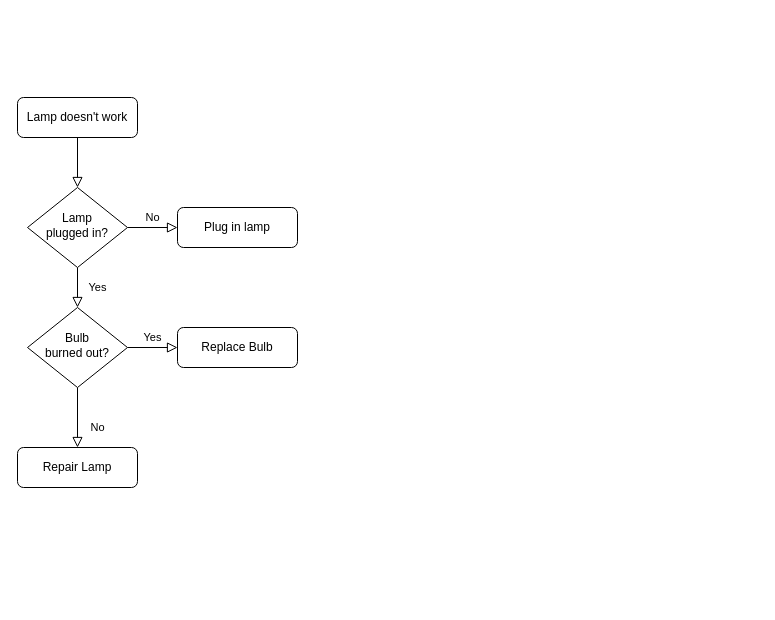
lsclone/StrayBirds keeps this draw.io diagram as 未命名绘图.drawio. Above is the earlier version. Source tidied: cells renumbered, new cells numbered last; positions are measured from the earlier drawing's top-left corner, leaving out a move shared by most shapes. Both pictures are drawn from the tidied source at 100%, with x=0, y=0 at pixel (17, 97).
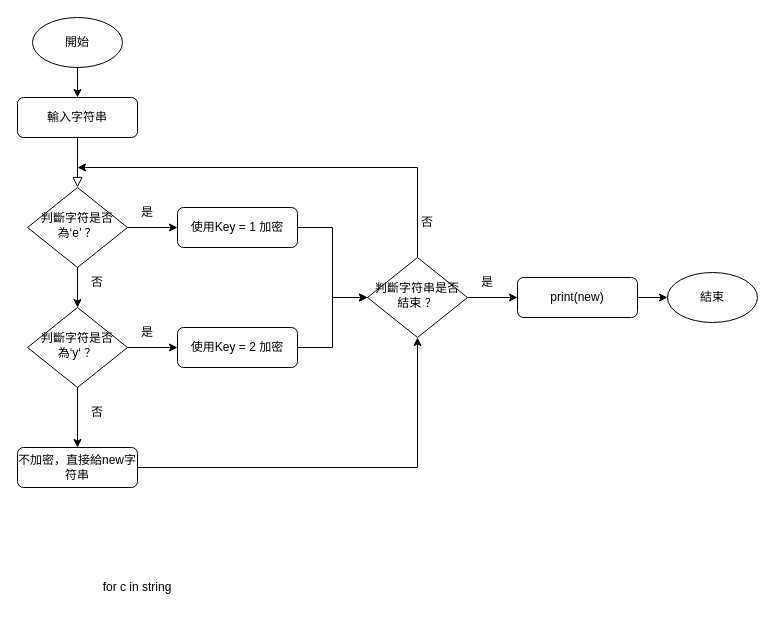
Above is the later version.

Commit message:
更新未命名绘图.drawio

Diff of the diagram source:
```diff
@@
-    <mxCell id="3" value="Lamp doesn't work" style="rounded=1;whiteSpace=wrap;html=1;fontSize=12;glass=0;strokeWidth=1;shadow=0;" parent="1" vertex="1">
+    <mxCell id="3" value="輸入字符串" style="rounded=1;whiteSpace=wrap;html=1;fontSize=12;glass=0;strokeWidth=1;shadow=0;" parent="1" vertex="1">
       <mxGeometry width="120" height="40" as="geometry" />
     </mxCell>
+    <mxCell id="5" style="edgeStyle=orthogonalEdgeStyle;rounded=0;jettySize=auto;html=1;exitX=1;exitY=0.5;exitDx=0;exitDy=0;entryX=0;entryY=0.5;entryDx=0;entryDy=0;" parent="1" edge="1" source="6" target="7">
+      <mxGeometry relative="1" as="geometry" />
+    </mxCell>
-    <mxCell id="4" value="Yes" style="rounded=0;html=1;jettySize=auto;fontSize=11;endArrow=block;endFill=0;endSize=8;strokeWidth=1;shadow=0;labelBackgroundColor=none;edgeStyle=orthogonalEdgeStyle;" parent="1" edge="1" source="6" target="10">
-      <mxGeometry y="20" relative="1" as="geometry" />
+    <mxCell id="4" style="edgeStyle=orthogonalEdgeStyle;rounded=0;jettySize=auto;html=1;exitX=0.5;exitY=1;exitDx=0;exitDy=0;entryX=0.5;entryY=0;entryDx=0;entryDy=0;" parent="1" edge="1" source="6" target="10">
+      <mxGeometry relative="1" as="geometry" />
     </mxCell>
-    <mxCell id="5" value="No" style="edgeStyle=orthogonalEdgeStyle;rounded=0;html=1;jettySize=auto;fontSize=11;endArrow=block;endFill=0;endSize=8;strokeWidth=1;shadow=0;labelBackgroundColor=none;" parent="1" edge="1" source="6" target="7">
-      <mxGeometry y="10" relative="1" as="geometry" />
-    </mxCell>
-    <mxCell id="6" value="Lamp&lt;br&gt;plugged in?" style="rhombus;whiteSpace=wrap;html=1;shadow=0;fontFamily=Helvetica;fontSize=12;align=center;strokeWidth=1;spacing=6;spacingTop=-4;" parent="1" vertex="1">
+    <mxCell id="6" value="判斷字符是否為‘e’ ？" style="rhombus;whiteSpace=wrap;html=1;shadow=0;fontFamily=Helvetica;fontSize=12;align=center;strokeWidth=1;spacing=6;spacingTop=-4;" parent="1" vertex="1">
       <mxGeometry x="10" y="90" width="100" height="80" as="geometry" />
     </mxCell>
+    <mxCell id="13" style="edgeStyle=orthogonalEdgeStyle;rounded=0;jettySize=auto;html=1;exitX=1;exitY=0.5;exitDx=0;exitDy=0;entryX=0;entryY=0.5;entryDx=0;entryDy=0;" parent="1" edge="1" source="7" target="22">
+      <mxGeometry relative="1" as="geometry" />
+    </mxCell>
-    <mxCell id="7" value="Plug in lamp" style="rounded=1;whiteSpace=wrap;html=1;fontSize=12;glass=0;strokeWidth=1;shadow=0;" parent="1" vertex="1">
+    <mxCell id="7" value="使用Key = 1 加密" style="rounded=1;whiteSpace=wrap;html=1;fontSize=12;glass=0;strokeWidth=1;shadow=0;" parent="1" vertex="1">
       <mxGeometry x="160" y="110" width="120" height="40" as="geometry" />
     </mxCell>
+    <mxCell id="9" style="edgeStyle=orthogonalEdgeStyle;rounded=0;jettySize=auto;html=1;exitX=1;exitY=0.5;exitDx=0;exitDy=0;entryX=0;entryY=0.5;entryDx=0;entryDy=0;" parent="1" edge="1" source="10" target="12">
+      <mxGeometry relative="1" as="geometry" />
+    </mxCell>
-    <mxCell id="8" value="No" style="rounded=0;html=1;jettySize=auto;fontSize=11;endArrow=block;endFill=0;endSize=8;strokeWidth=1;shadow=0;labelBackgroundColor=none;edgeStyle=orthogonalEdgeStyle;" parent="1" edge="1" source="10" target="11">
-      <mxGeometry x="0.33" y="20" relative="1" as="geometry" />
+    <mxCell id="8" style="edgeStyle=orthogonalEdgeStyle;rounded=0;jettySize=auto;html=1;exitX=0.5;exitY=1;exitDx=0;exitDy=0;entryX=0.5;entryY=0;entryDx=0;entryDy=0;" parent="1" edge="1" source="10" target="11">
+      <mxGeometry relative="1" as="geometry" />
     </mxCell>
-    <mxCell id="9" value="Yes" style="edgeStyle=orthogonalEdgeStyle;rounded=0;html=1;jettySize=auto;fontSize=11;endArrow=block;endFill=0;endSize=8;strokeWidth=1;shadow=0;labelBackgroundColor=none;" parent="1" edge="1" source="10" target="12">
-      <mxGeometry y="10" relative="1" as="geometry" />
-    </mxCell>
-    <mxCell id="10" value="Bulb&lt;br&gt;burned out?" style="rhombus;whiteSpace=wrap;html=1;shadow=0;fontFamily=Helvetica;fontSize=12;align=center;strokeWidth=1;spacing=6;spacingTop=-4;" parent="1" vertex="1">
+    <mxCell id="10" value="判斷字符是否為‘y‘ ？" style="rhombus;whiteSpace=wrap;html=1;shadow=0;fontFamily=Helvetica;fontSize=12;align=center;strokeWidth=1;spacing=6;spacingTop=-4;" parent="1" vertex="1">
       <mxGeometry x="10" y="210" width="100" height="80" as="geometry" />
     </mxCell>
+    <mxCell id="14" style="edgeStyle=orthogonalEdgeStyle;rounded=0;jettySize=auto;html=1;exitX=1;exitY=0.5;exitDx=0;exitDy=0;" parent="1" edge="1" source="11" target="22">
+      <mxGeometry relative="1" as="geometry" />
+    </mxCell>
-    <mxCell id="11" value="Repair Lamp" style="rounded=1;whiteSpace=wrap;html=1;fontSize=12;glass=0;strokeWidth=1;shadow=0;" parent="1" vertex="1">
+    <mxCell id="11" value="不加密，直接給new字符串" style="rounded=1;whiteSpace=wrap;html=1;fontSize=12;glass=0;strokeWidth=1;shadow=0;" parent="1" vertex="1">
       <mxGeometry y="350" width="120" height="40" as="geometry" />
     </mxCell>
+    <mxCell id="15" style="edgeStyle=orthogonalEdgeStyle;rounded=0;jettySize=auto;html=1;exitX=1;exitY=0.5;exitDx=0;exitDy=0;" parent="1" edge="1" source="12" target="22">
+      <mxGeometry relative="1" as="geometry" />
+    </mxCell>
-    <mxCell id="12" value="Replace Bulb" style="rounded=1;whiteSpace=wrap;html=1;fontSize=12;glass=0;strokeWidth=1;shadow=0;" parent="1" vertex="1">
+    <mxCell id="12" value="使用Key = 2 加密" style="rounded=1;whiteSpace=wrap;html=1;fontSize=12;glass=0;strokeWidth=1;shadow=0;" parent="1" vertex="1">
       <mxGeometry x="160" y="230" width="120" height="40" as="geometry" />
     </mxCell>
+    <mxCell id="16" value="是" style="text;html=1;strokeColor=none;fillColor=none;align=center;verticalAlign=middle;whiteSpace=wrap;rounded=0;" parent="1" vertex="1">
+      <mxGeometry x="100" y="100" width="60" height="30" as="geometry" />
+    </mxCell>
+    <mxCell id="17" value="是" style="text;html=1;strokeColor=none;fillColor=none;align=center;verticalAlign=middle;whiteSpace=wrap;rounded=0;" parent="1" vertex="1">
+      <mxGeometry x="100" y="220" width="60" height="30" as="geometry" />
+    </mxCell>
+    <mxCell id="18" value="否" style="text;html=1;strokeColor=none;fillColor=none;align=center;verticalAlign=middle;whiteSpace=wrap;rounded=0;" parent="1" vertex="1">
+      <mxGeometry x="50" y="170" width="60" height="30" as="geometry" />
+    </mxCell>
+    <mxCell id="19" value="否" style="text;html=1;strokeColor=none;fillColor=none;align=center;verticalAlign=middle;whiteSpace=wrap;rounded=0;" parent="1" vertex="1">
+      <mxGeometry x="50" y="300" width="60" height="30" as="geometry" />
+    </mxCell>
+    <mxCell id="20" style="edgeStyle=orthogonalEdgeStyle;rounded=0;jettySize=auto;html=1;exitX=0.5;exitY=0;exitDx=0;exitDy=0;" parent="1" edge="1" source="22">
+      <mxGeometry relative="1" as="geometry">
+        <mxPoint x="60" y="70" as="targetPoint" />
+        <Array as="points">
+          <mxPoint x="400" y="70" />
+        </Array>
+      </mxGeometry>
+    </mxCell>
+    <mxCell id="21" style="edgeStyle=orthogonalEdgeStyle;rounded=0;jettySize=auto;html=1;exitX=1;exitY=0.5;exitDx=0;exitDy=0;" parent="1" edge="1" source="22" target="25">
+      <mxGeometry relative="1" as="geometry" />
+    </mxCell>
+    <mxCell id="22" value="判斷字符串是否結束 ？" style="rhombus;whiteSpace=wrap;html=1;shadow=0;fontFamily=Helvetica;fontSize=12;align=center;strokeWidth=1;spacing=6;spacingTop=-4;" parent="1" vertex="1">
+      <mxGeometry x="350" y="160" width="100" height="80" as="geometry" />
+    </mxCell>
+    <mxCell id="23" value="否" style="text;html=1;strokeColor=none;fillColor=none;align=center;verticalAlign=middle;whiteSpace=wrap;rounded=0;" parent="1" vertex="1">
+      <mxGeometry x="380" y="110" width="60" height="30" as="geometry" />
+    </mxCell>
+    <mxCell id="24" style="edgeStyle=orthogonalEdgeStyle;rounded=0;jettySize=auto;html=1;exitX=1;exitY=0.5;exitDx=0;exitDy=0;entryX=0;entryY=0.5;entryDx=0;entryDy=0;" parent="1" edge="1" source="25" target="29">
+      <mxGeometry relative="1" as="geometry" />
+    </mxCell>
+    <mxCell id="25" value="print(new)" style="rounded=1;whiteSpace=wrap;html=1;fontSize=12;glass=0;strokeWidth=1;shadow=0;" parent="1" vertex="1">
+      <mxGeometry x="500" y="180" width="120" height="40" as="geometry" />
+    </mxCell>
+    <mxCell id="26" value="是" style="text;html=1;strokeColor=none;fillColor=none;align=center;verticalAlign=middle;whiteSpace=wrap;rounded=0;" parent="1" vertex="1">
+      <mxGeometry x="440" y="170" width="60" height="30" as="geometry" />
+    </mxCell>
+    <mxCell id="27" style="edgeStyle=orthogonalEdgeStyle;rounded=0;jettySize=auto;html=1;entryX=0.5;entryY=0;entryDx=0;entryDy=0;" parent="1" edge="1" source="28" target="3">
+      <mxGeometry relative="1" as="geometry" />
+    </mxCell>
+    <mxCell id="28" value="開始" style="ellipse;whiteSpace=wrap;html=1;" parent="1" vertex="1">
+      <mxGeometry x="15" y="-80" width="90" height="50" as="geometry" />
+    </mxCell>
+    <mxCell id="29" value="結束" style="ellipse;whiteSpace=wrap;html=1;" parent="1" vertex="1">
+      <mxGeometry x="650" y="175" width="90" height="50" as="geometry" />
+    </mxCell>
+    <mxCell id="30" value="for c in string" style="text;html=1;strokeColor=none;fillColor=none;align=center;verticalAlign=middle;whiteSpace=wrap;rounded=0;" parent="1" vertex="1">
+      <mxGeometry x="50" y="475" width="140" height="30" as="geometry" />
+    </mxCell>
```
